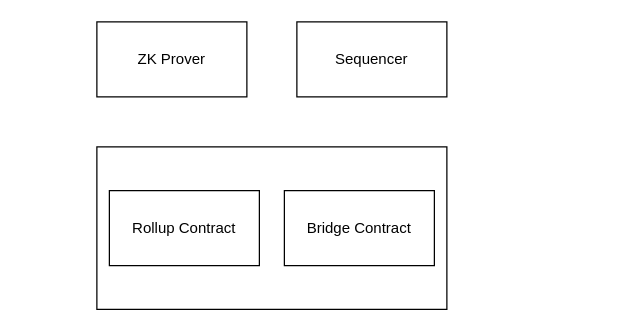
This is RollupArchitecture.drawio from Phillip-Kemper/thesis-drawings, a draw.io file, before an edit. Source tidied: cells renumbered, new cells numbered last; positions are measured from the earlier drawing's top-left corner, leaving out a move shared by most shapes. Both pictures are drawn from the tidied source at 125%, with x=0, y=0 at pixel (96, 21).
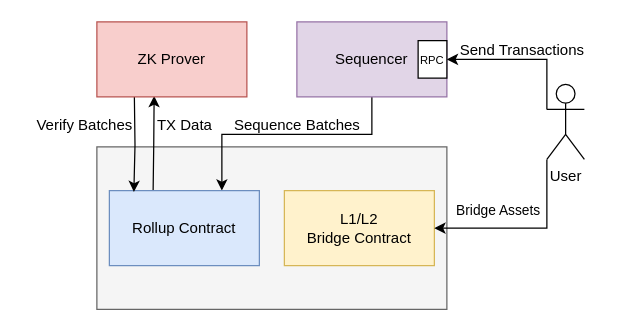
After the change.

The edit, as a diff of the source:
```diff
@@
+    <mxCell id="3" style="rounded=0;whiteSpace=wrap;html=1;fillColor=#f5f5f5;fontColor=#333333;strokeColor=#666666;" parent="1" vertex="1">
+      <mxGeometry y="100" width="280" height="130" as="geometry" />
+    </mxCell>
+    <mxCell id="7" style="edgeStyle=orthogonalEdgeStyle;rounded=0;jettySize=auto;html=1;exitX=0.5;exitY=1;exitDx=0;exitDy=0;entryX=0.75;entryY=0;entryDx=0;entryDy=0;" parent="1" edge="1" source="2" target="4">
+      <mxGeometry relative="1" as="geometry">
+        <Array as="points">
+          <mxPoint x="220" y="90" />
+          <mxPoint x="100" y="90" />
+        </Array>
+      </mxGeometry>
+    </mxCell>
-    <mxCell id="2" value="Sequencer" style="rounded=0;whiteSpace=wrap;html=1;" parent="1" vertex="1">
+    <mxCell id="2" value="Sequencer" style="rounded=0;whiteSpace=wrap;html=1;fillColor=#e1d5e7;strokeColor=#9673a6;" parent="1" vertex="1">
       <mxGeometry x="160" width="120" height="60" as="geometry" />
     </mxCell>
-    <mxCell id="3" style="rounded=0;whiteSpace=wrap;html=1;" parent="1" vertex="1">
-      <mxGeometry y="100" width="280" height="130" as="geometry" />
-    </mxCell>
+    <mxCell id="8" style="edgeStyle=orthogonalEdgeStyle;rounded=0;orthogonalLoop=1;jettySize=auto;html=1;exitX=0.5;exitY=0;exitDx=0;exitDy=0;entryX=0.59;entryY=0.989;entryDx=0;entryDy=0;entryPerimeter=0;" parent="1" edge="1">
+      <mxGeometry relative="1" as="geometry">
+        <mxPoint x="45" y="135" as="sourcePoint" />
+        <mxPoint x="45.8" y="59.3" as="targetPoint" />
+      </mxGeometry>
+    </mxCell>
-    <mxCell id="4" value="Rollup Contract" style="rounded=0;whiteSpace=wrap;html=1;" parent="1" vertex="1">
+    <mxCell id="4" value="Rollup Contract" style="rounded=0;whiteSpace=wrap;html=1;fillColor=#dae8fc;strokeColor=#6c8ebf;" parent="1" vertex="1">
       <mxGeometry x="10" y="135" width="120" height="60" as="geometry" />
     </mxCell>
-    <mxCell id="5" value="Bridge Contract" style="rounded=0;whiteSpace=wrap;html=1;" parent="1" vertex="1">
+    <mxCell id="5" value="L1/L2 &lt;br&gt;Bridge Contract" style="rounded=0;whiteSpace=wrap;html=1;fillColor=#fff2cc;strokeColor=#d6b656;" parent="1" vertex="1">
       <mxGeometry x="150" y="135" width="120" height="60" as="geometry" />
     </mxCell>
+    <mxCell id="9" style="edgeStyle=orthogonalEdgeStyle;rounded=0;orthogonalLoop=1;jettySize=auto;html=1;exitX=0.25;exitY=1;exitDx=0;exitDy=0;entryX=0.163;entryY=0.018;entryDx=0;entryDy=0;entryPerimeter=0;" parent="1" edge="1">
+      <mxGeometry relative="1" as="geometry">
+        <mxPoint x="30" y="60" as="sourcePoint" />
+        <mxPoint x="29.6" y="136.1" as="targetPoint" />
+      </mxGeometry>
+    </mxCell>
-    <mxCell id="6" value="ZK Prover" style="rounded=0;whiteSpace=wrap;html=1;" parent="1" vertex="1">
+    <mxCell id="6" value="ZK Prover" style="rounded=0;whiteSpace=wrap;html=1;fillColor=#f8cecc;strokeColor=#b85450;" parent="1" vertex="1">
       <mxGeometry width="120" height="60" as="geometry" />
     </mxCell>
+    <mxCell id="10" style="edgeStyle=orthogonalEdgeStyle;rounded=0;jettySize=auto;html=1;exitX=0;exitY=1;exitDx=0;exitDy=0;exitPerimeter=0;entryX=1;entryY=0.5;entryDx=0;entryDy=0;" parent="1" edge="1" source="13" target="5">
+      <mxGeometry relative="1" as="geometry" />
+    </mxCell>
+    <mxCell id="11" value="Bridge Assets" style="edgeLabel;html=1;align=center;verticalAlign=middle;" parent="10" vertex="1">
+      <mxGeometry x="-0.02" y="-1" relative="1" as="geometry">
+        <mxPoint x="-24" y="-14" as="offset" />
+      </mxGeometry>
+    </mxCell>
+    <mxCell id="12" style="edgeStyle=orthogonalEdgeStyle;rounded=0;jettySize=auto;html=1;exitX=0;exitY=0.3333333333333333;exitDx=0;exitDy=0;exitPerimeter=0;entryX=1;entryY=0.5;entryDx=0;entryDy=0;" parent="1" edge="1" source="13" target="2">
+      <mxGeometry relative="1" as="geometry">
+        <Array as="points">
+          <mxPoint x="360" y="30" />
+        </Array>
+      </mxGeometry>
+    </mxCell>
+    <mxCell id="13" value="User" style="shape=umlActor;verticalLabelPosition=bottom;verticalAlign=top;html=1;outlineConnect=0;" parent="1" vertex="1">
+      <mxGeometry x="360" y="50" width="30" height="60" as="geometry" />
+    </mxCell>
+    <mxCell id="14" value="Send Transactions" style="text;html=1;align=center;verticalAlign=middle;strokeColor=none;fillColor=none;" parent="1" vertex="1">
+      <mxGeometry x="280" y="8" width="120" height="30" as="geometry" />
+    </mxCell>
+    <mxCell id="15" value="Sequence Batches" style="text;html=1;align=center;verticalAlign=middle;strokeColor=none;fillColor=none;" parent="1" vertex="1">
+      <mxGeometry x="100" y="68" width="120" height="30" as="geometry" />
+    </mxCell>
+    <mxCell id="16" value="Verify Batches" style="text;html=1;align=center;verticalAlign=middle;strokeColor=none;fillColor=none;" parent="1" vertex="1">
+      <mxGeometry x="-60" y="68" width="100" height="30" as="geometry" />
+    </mxCell>
+    <mxCell id="17" value="TX Data" style="text;html=1;align=center;verticalAlign=middle;strokeColor=none;fillColor=none;" parent="1" vertex="1">
+      <mxGeometry x="35" y="68" width="70" height="30" as="geometry" />
+    </mxCell>
+    <mxCell id="18" value="&lt;font style=&quot;font-size: 9px;&quot;&gt;RPC&lt;/font&gt;" style="rounded=0;whiteSpace=wrap;html=1;" parent="1" vertex="1">
+      <mxGeometry x="257" y="15" width="23" height="30" as="geometry" />
+    </mxCell>
```
